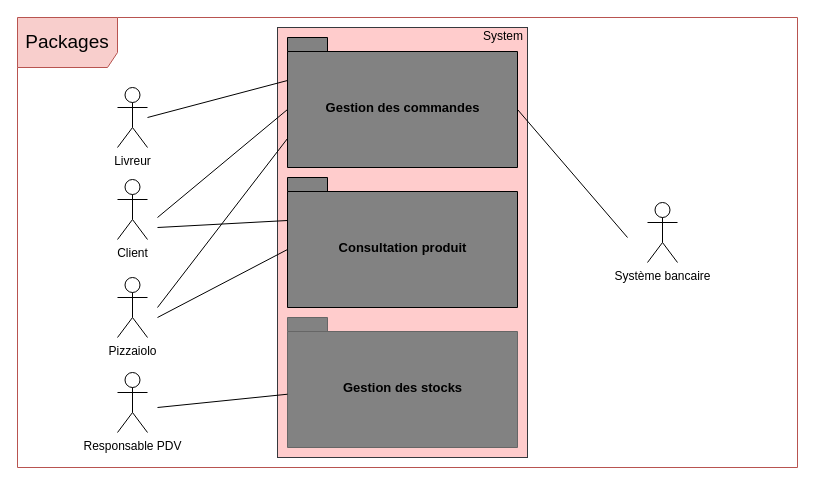
The draw.io diagram Etude fonctionnelle/Use-case-diagrams/Package/Packages.drawio in onlynks/Projet_5, before the edit. Source tidied: cells renumbered, new cells numbered last; positions are measured from the earlier drawing's top-left corner, leaving out a move shared by most shapes. Both pictures are drawn from the tidied source at 100%, with x=0, y=0 at pixel (17, 17).
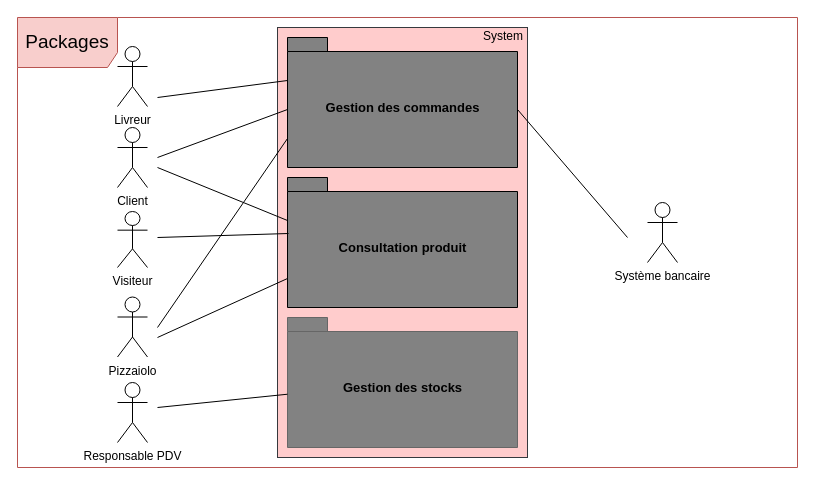
Above is the later version.

Unchanged cells that the change refers to:
```xml
<mxCell id="5" value="&lt;font style=&quot;font-size: 13px&quot;&gt;Gestion des commandes&lt;/font&gt;" style="shape=folder;fontStyle=1;spacingTop=10;tabWidth=40;tabHeight=14;tabPosition=left;html=1;fillColor=#828282;" parent="1" vertex="1">
  <mxGeometry x="270" y="20" width="230" height="130" as="geometry" />
</mxCell>
<mxCell id="6" value="&lt;font style=&quot;font-size: 13px&quot;&gt;Consultation produit&lt;/font&gt;" style="shape=folder;fontStyle=1;spacingTop=10;tabWidth=40;tabHeight=14;tabPosition=left;html=1;fillColor=#828282;" parent="1" vertex="1">
  <mxGeometry x="270" y="160" width="230" height="130" as="geometry" />
</mxCell>
```

Change to the diagram source:
```diff
@@
     <mxCell id="8" value="Responsable PDV" style="shape=umlActor;verticalLabelPosition=bottom;labelBackgroundColor=#ffffff;verticalAlign=top;html=1;fillColor=none;gradientColor=none;" parent="1" vertex="1">
-      <mxGeometry x="100" y="355" width="30" height="60" as="geometry" />
+      <mxGeometry x="100" y="365" width="30" height="60" as="geometry" />
     </mxCell>
     <mxCell id="9" value="Pizzaiolo" style="shape=umlActor;verticalLabelPosition=bottom;labelBackgroundColor=#ffffff;verticalAlign=top;html=1;fillColor=none;gradientColor=none;" parent="1" vertex="1">
-      <mxGeometry x="100" y="260" width="30" height="60" as="geometry" />
+      <mxGeometry x="100" y="279.5" width="30" height="60" as="geometry" />
     </mxCell>
     <mxCell id="10" value="Livreur" style="shape=umlActor;verticalLabelPosition=bottom;labelBackgroundColor=#ffffff;verticalAlign=top;html=1;fillColor=none;gradientColor=none;" parent="1" vertex="1">
-      <mxGeometry x="100" y="70" width="30" height="60" as="geometry" />
+      <mxGeometry x="100" y="29" width="30" height="60" as="geometry" />
     </mxCell>
     <mxCell id="11" value="Client" style="shape=umlActor;verticalLabelPosition=bottom;labelBackgroundColor=#ffffff;verticalAlign=top;html=1;fillColor=none;gradientColor=none;" parent="1" vertex="1">
-      <mxGeometry x="100" y="162" width="30" height="60" as="geometry" />
+      <mxGeometry x="100" y="110" width="30" height="60" as="geometry" />
     </mxCell>
@@
-    <mxCell id="13" style="endArrow=none;html=1;entryX=0;entryY=0;entryDx=0;entryDy=43;entryPerimeter=0;" parent="1" edge="1" target="5">
-      <mxGeometry relative="1" as="geometry">
-        <mxPoint x="130" y="100" as="sourcePoint" />
-      </mxGeometry>
-    </mxCell>
-    <mxCell id="14" style="endArrow=none;html=1;entryX=0;entryY=0;entryDx=0;entryDy=72;entryPerimeter=0;" parent="1" edge="1" target="6">
-      <mxGeometry relative="1" as="geometry">
-        <mxPoint x="140" y="300" as="sourcePoint" />
-      </mxGeometry>
-    </mxCell>
-    <mxCell id="15" style="endArrow=none;html=1;entryX=0;entryY=0;entryDx=0;entryDy=72;entryPerimeter=0;" parent="1" edge="1" target="5">
-      <mxGeometry relative="1" as="geometry">
-        <mxPoint x="140" y="200" as="sourcePoint" />
-      </mxGeometry>
-    </mxCell>
@@
-    <mxCell id="17" style="endArrow=none;html=1;entryX=0;entryY=0;entryDx=0;entryDy=101;entryPerimeter=0;" parent="1" edge="1" target="5">
-      <mxGeometry relative="1" as="geometry">
-        <mxPoint x="140" y="290" as="sourcePoint" />
-      </mxGeometry>
-    </mxCell>
-    <mxCell id="18" style="endArrow=none;html=1;entryX=0;entryY=0;entryDx=0;entryDy=43;entryPerimeter=0;" parent="1" edge="1" target="6">
-      <mxGeometry relative="1" as="geometry">
-        <mxPoint x="140" y="210" as="sourcePoint" />
-      </mxGeometry>
-    </mxCell>
@@
+    <mxCell id="20" style="endArrow=none;html=1;entryX=0;entryY=0;entryDx=0;entryDy=43;entryPerimeter=0;" parent="1" edge="1" target="5">
+      <mxGeometry relative="1" as="geometry">
+        <mxPoint x="140" y="80" as="sourcePoint" />
+      </mxGeometry>
+    </mxCell>
+    <mxCell id="21" value="Visiteur" style="shape=umlActor;verticalLabelPosition=bottom;labelBackgroundColor=#ffffff;verticalAlign=top;html=1;fillColor=none;gradientColor=none;" parent="1" vertex="1">
+      <mxGeometry x="100" y="194" width="30" height="56" as="geometry" />
+    </mxCell>
+    <mxCell id="22" style="endArrow=none;html=1;entryX=0;entryY=0;entryDx=0;entryDy=72;entryPerimeter=0;" parent="1" edge="1" target="5">
+      <mxGeometry relative="1" as="geometry">
+        <mxPoint x="140" y="140" as="sourcePoint" />
+      </mxGeometry>
+    </mxCell>
+    <mxCell id="23" style="endArrow=none;html=1;entryX=0;entryY=0;entryDx=0;entryDy=43;entryPerimeter=0;" parent="1" edge="1" target="6">
+      <mxGeometry relative="1" as="geometry">
+        <mxPoint x="140" y="150" as="sourcePoint" />
+      </mxGeometry>
+    </mxCell>
+    <mxCell id="24" style="endArrow=none;html=1;" parent="1" edge="1">
+      <mxGeometry relative="1" as="geometry">
+        <mxPoint x="140" y="220" as="sourcePoint" />
+        <mxPoint x="271" y="216" as="targetPoint" />
+      </mxGeometry>
+    </mxCell>
+    <mxCell id="25" style="endArrow=none;html=1;entryX=0;entryY=0;entryDx=0;entryDy=101;entryPerimeter=0;" parent="1" edge="1" target="6">
+      <mxGeometry relative="1" as="geometry">
+        <mxPoint x="140" y="320" as="sourcePoint" />
+      </mxGeometry>
+    </mxCell>
+    <mxCell id="26" style="endArrow=none;html=1;entryX=0;entryY=0;entryDx=0;entryDy=101;entryPerimeter=0;" parent="1" edge="1" target="5">
+      <mxGeometry relative="1" as="geometry">
+        <mxPoint x="140" y="310" as="sourcePoint" />
+      </mxGeometry>
+    </mxCell>
```
